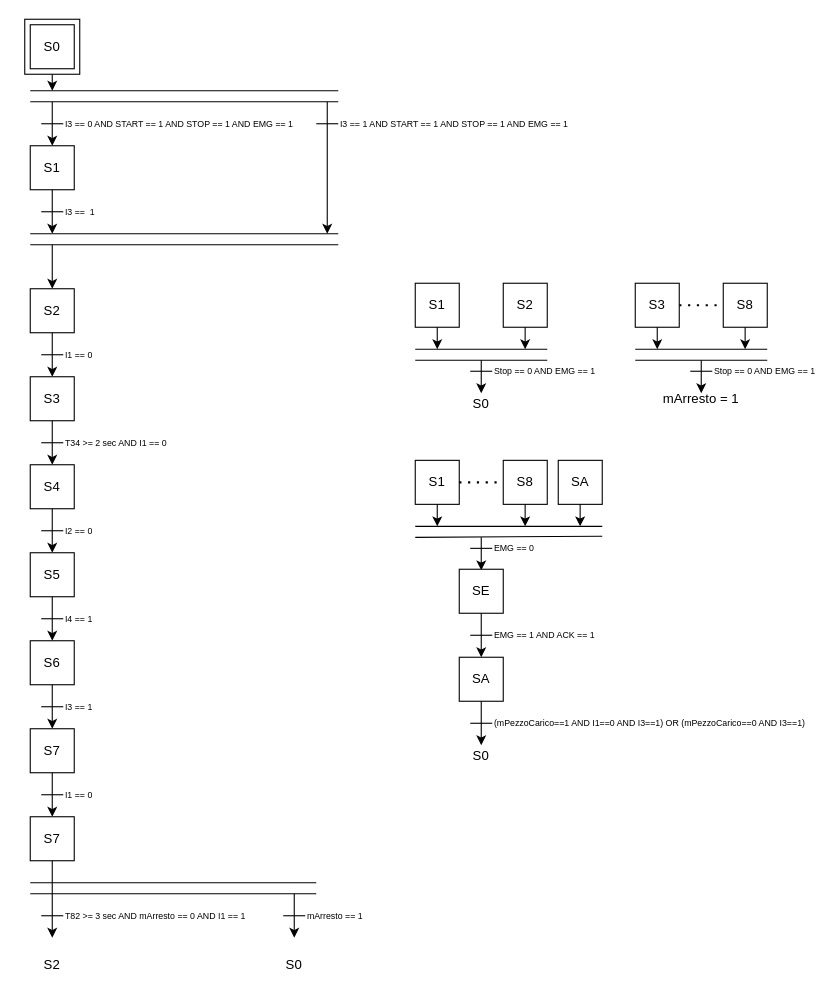
This is GRAFCET_PUNZONATRICE.drawio from LMascagni/Punzonatrice_2223, a draw.io file, before an edit. Source tidied: cells renumbered, new cells numbered last; positions are measured from the earlier drawing's top-left corner, leaving out a move shared by most shapes. Both pictures are drawn from the tidied source at 110%, with x=0, y=0 at pixel (19, 19).
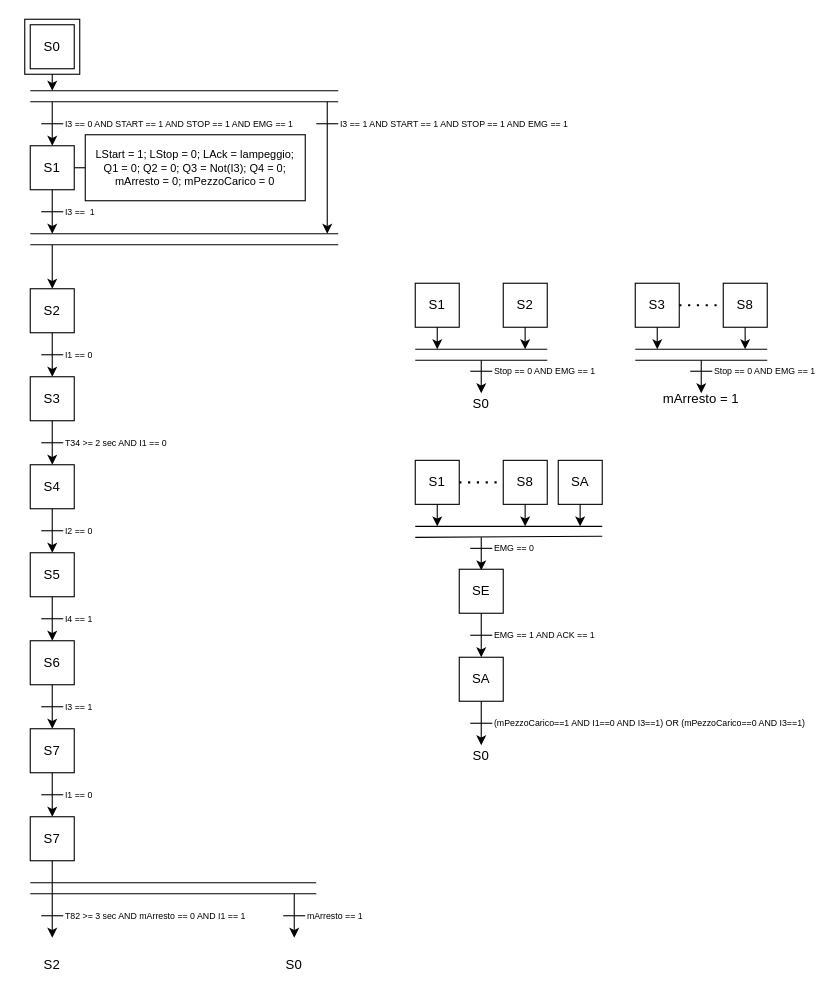
The same page after the edit.

Commit message:
modifica Grafcet

Unchanged cells that the change refers to:
```xml
<mxCell id="13" value="S1" style="whiteSpace=wrap;html=1;" parent="1" vertex="1">
  <mxGeometry x="10" y="115" width="40" height="40" as="geometry" />
</mxCell>
```

What changed in the source:
```diff
@@
+    <mxCell id="97" value="&lt;font style=&quot;font-size: 10px;&quot;&gt;LStart = 1; LStop = 0; LAck = lampeggio;&lt;br&gt;Q1 = 0; Q2 = 0; Q3 = Not(I3); Q4 = 0;&lt;br&gt;mArresto = 0; mPezzoCarico = 0&lt;/font&gt;" style="rounded=0;whiteSpace=wrap;html=1;align=center;fontSize=8;" parent="1" vertex="1">
+      <mxGeometry x="60" y="105" width="200" height="60" as="geometry" />
+    </mxCell>
+    <mxCell id="98" style="endArrow=none;html=1;rounded=0;entryX=0;entryY=0.5;entryDx=0;entryDy=0;" parent="1" edge="1" source="13" target="97">
+      <mxGeometry relative="1" as="geometry" />
+    </mxCell>
```
